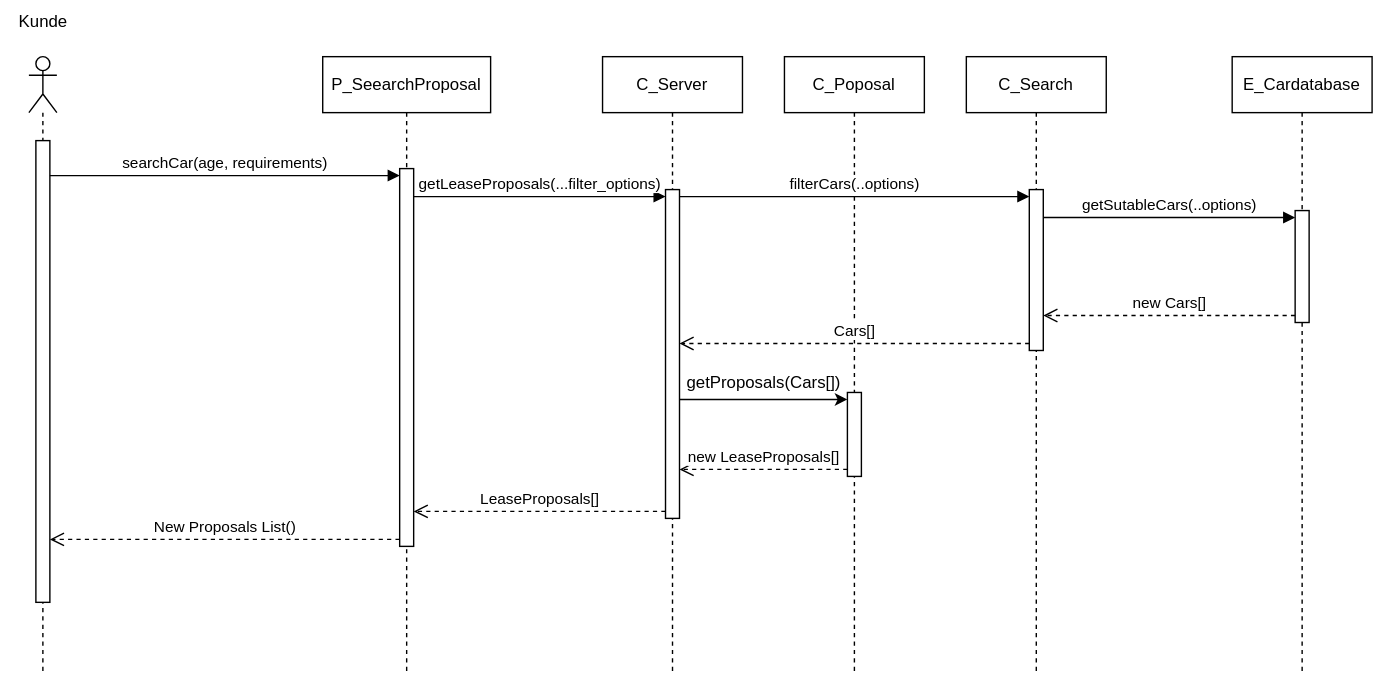
Earlier version of the draw.io export sw-eng-05.drawio.svg (MassimiIiano/software-eng-projects-uni). Source tidied: cells renumbered, new cells last; positions are measured from the earlier drawing's top-left corner, leaving out a move shared by most shapes.
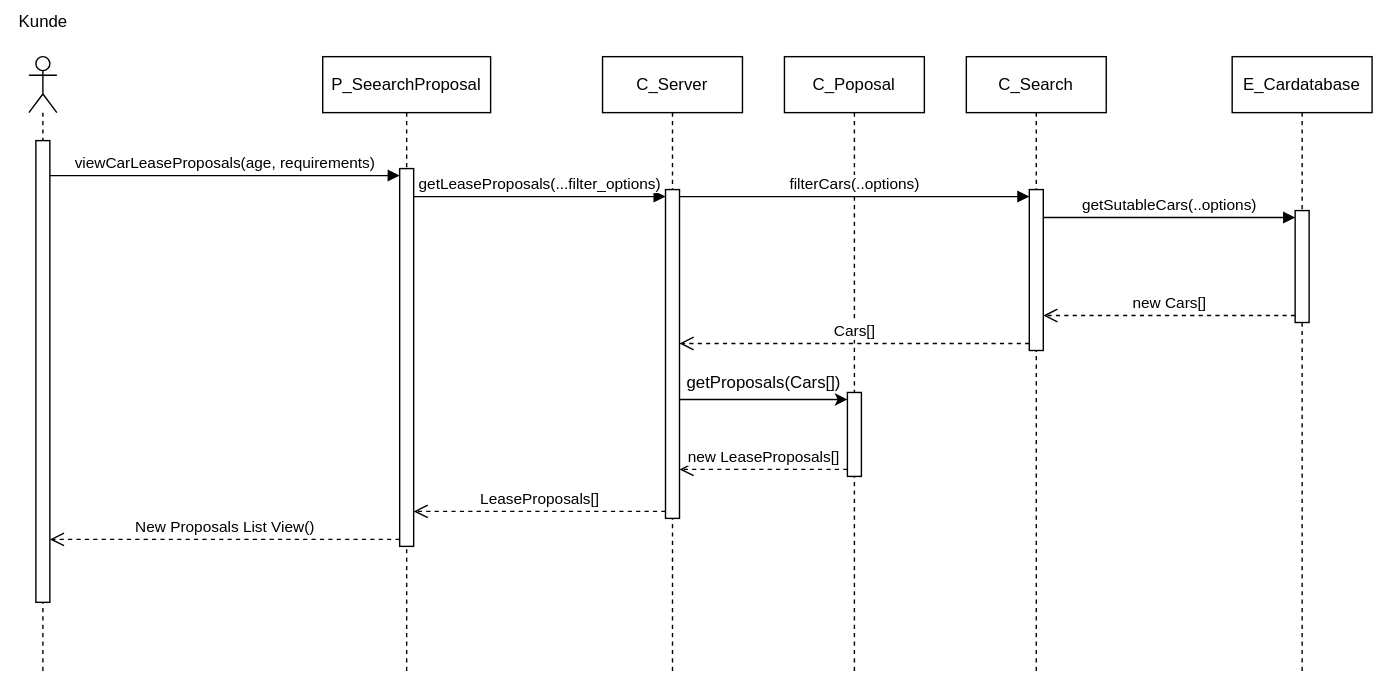
After the change.

The edit, as a diff of the source:
```diff
@@ -26,10 +26,10 @@
     <mxCell id="9" style="html=1;points=[[0,0,0,0,5],[0,1,0,0,-5],[1,0,0,0,5],[1,1,0,0,-5]];perimeter=orthogonalPerimeter;outlineConnect=0;targetShapes=umlLifeline;portConstraint=eastwest;newEdgeStyle={&quot;curved&quot;:0,&quot;rounded&quot;:0};" parent="8" vertex="1">
       <mxGeometry x="45" y="110" width="10" height="80" as="geometry" />
     </mxCell>
-    <mxCell id="10" value="searchCar(age, requirements)" style="html=1;verticalAlign=bottom;endArrow=block;curved=0;rounded=0;entryX=0;entryY=0;entryDx=0;entryDy=5;" parent="1" edge="1" source="3" target="5">
+    <mxCell id="10" value="viewCarLeaseProposals(age, requirements)" style="html=1;verticalAlign=bottom;endArrow=block;curved=0;rounded=0;entryX=0;entryY=0;entryDx=0;entryDy=5;" parent="1" edge="1" source="3" target="5">
       <mxGeometry relative="1" as="geometry" />
     </mxCell>
-    <mxCell id="11" value="New Proposals List()" style="html=1;verticalAlign=bottom;endArrow=open;dashed=1;endSize=8;curved=0;rounded=0;exitX=0;exitY=1;exitDx=0;exitDy=-5;" parent="1" edge="1" source="5" target="3">
+    <mxCell id="11" value="New Proposals List View()" style="html=1;verticalAlign=bottom;endArrow=open;dashed=1;endSize=8;curved=0;rounded=0;exitX=0;exitY=1;exitDx=0;exitDy=-5;" parent="1" edge="1" source="5" target="3">
       <mxGeometry relative="1" as="geometry" />
     </mxCell>
     <mxCell id="12" value="getLeaseProposals(...filter_options)" style="html=1;verticalAlign=bottom;endArrow=block;curved=0;rounded=0;entryX=0;entryY=0;entryDx=0;entryDy=5;entryPerimeter=0;" parent="1" edge="1" source="5" target="21">
```
